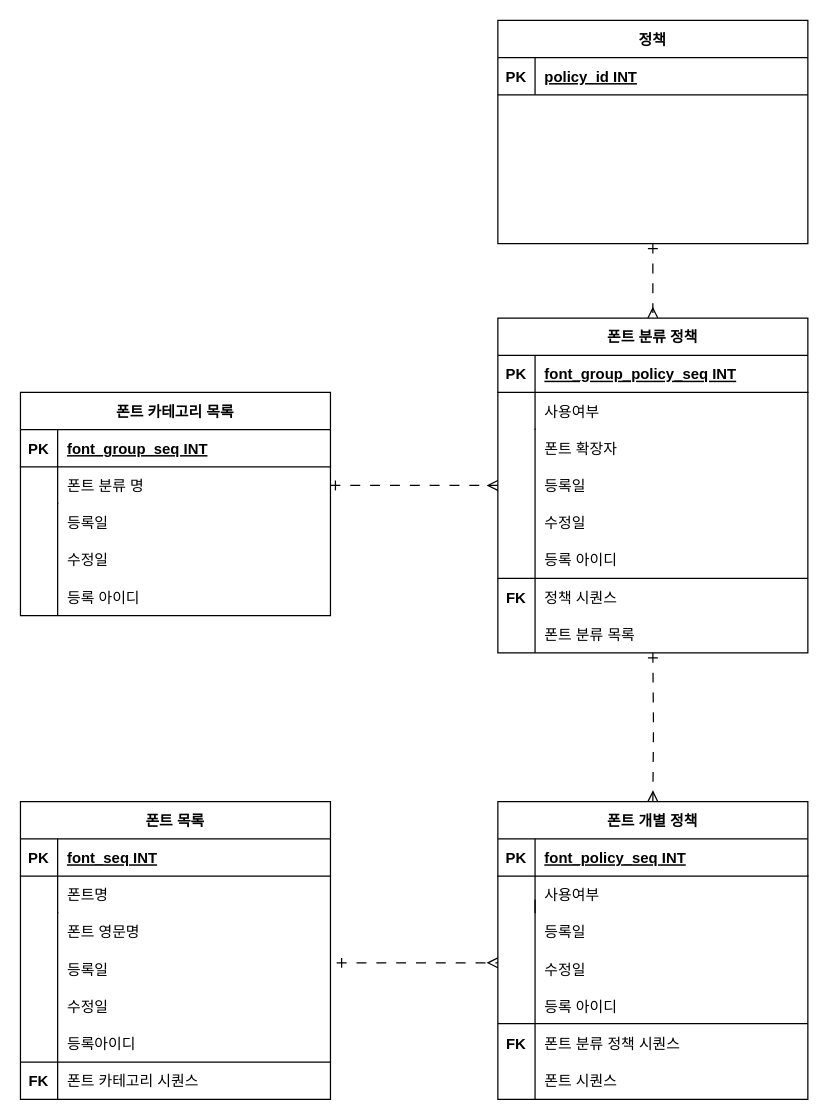
Earlier version of the draw.io diagram 제목 없는 다이어그램.drawio (lkis71/core). Source tidied: cells renumbered, new cells numbered last; positions are measured from the earlier drawing's top-left corner, leaving out a move shared by most shapes. Both pictures are drawn from the tidied source at 124%, with x=0, y=0 at pixel (20, 20).
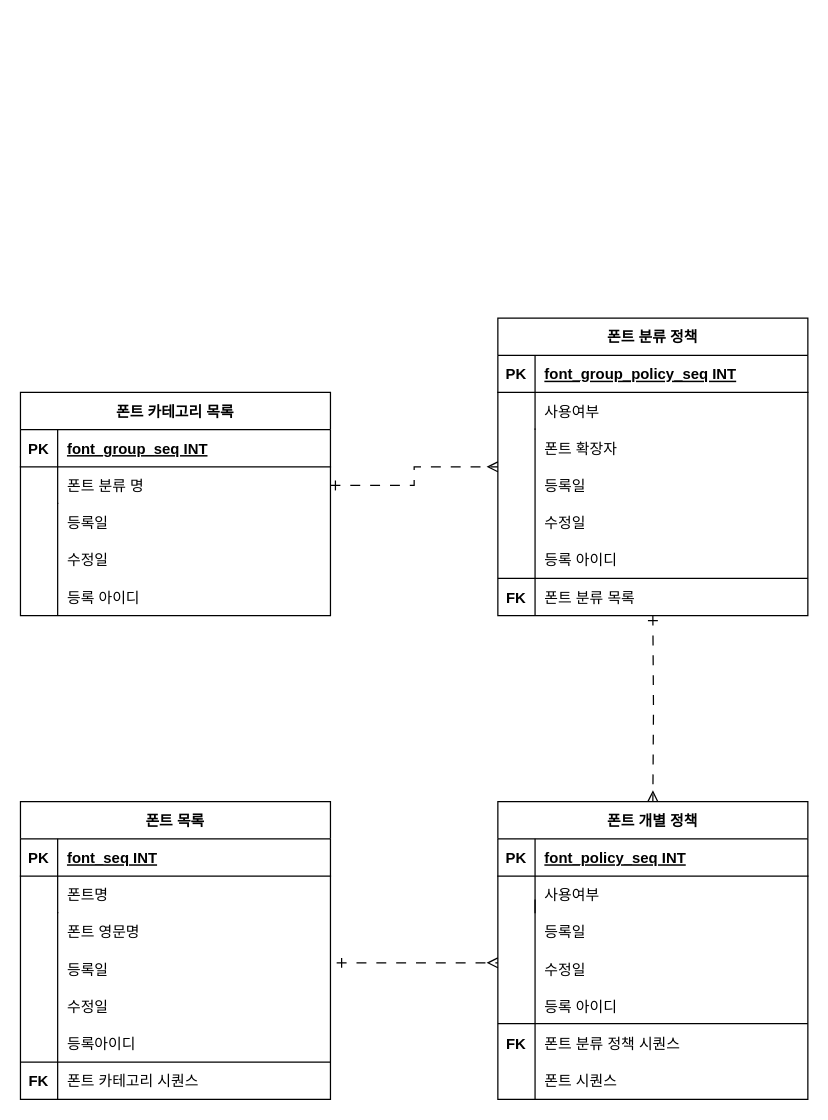
Above is the later version.

Commit message:
제목 없는 다이어그램.drawio 업데이트

The change refers to these unchanged cells:
```xml
<mxCell id="32" value="폰트 개별 정책" style="shape=table;startSize=30;childLayout=tableLayout;rowLines=0;fontStyle=1;align=center;" parent="1" vertex="1">
  <mxGeometry x="385" y="630" width="250" height="240" as="geometry" />
</mxCell>
```

Change to the diagram source:
```diff
@@
     <mxCell id="15" value="폰트 분류 정책" style="shape=table;startSize=30;childLayout=tableLayout;rowLines=0;fontStyle=1;align=center;" parent="1" vertex="1">
-      <mxGeometry x="385" y="240" width="250" height="270" as="geometry" />
+      <mxGeometry x="385" y="240" width="250" height="240" as="geometry" />
     </mxCell>
@@
-    <mxCell id="28" value="정책 시퀀스" style="shape=partialRectangle;overflow=hidden;fillColor=none;top=0;left=0;bottom=0;right=0;align=left;spacingLeft=6;" parent="1" vertex="1">
-      <mxGeometry x="415" y="450" width="220" height="30" as="geometry" />
-    </mxCell>
     <mxCell id="29" style="endArrow=none;html=1;rounded=0;" parent="1" edge="1">
       <mxGeometry relative="1" as="geometry">
-        <mxPoint x="415" y="510" as="sourcePoint" />
+        <mxPoint x="415" y="480" as="sourcePoint" />
         <mxPoint x="415" y="329" as="targetPoint" />
       </mxGeometry>
     </mxCell>
@@
-    <mxCell id="57" style="edgeStyle=orthogonalEdgeStyle;rounded=0;jettySize=auto;html=1;exitX=0.5;exitY=1;exitDx=0;exitDy=0;entryX=0.5;entryY=0;entryDx=0;entryDy=0;dashed=1;dashPattern=8 8;endArrow=ERmany;endFill=0;startArrow=ERone;startFill=0;" parent="1" edge="1" source="58" target="15">
-      <mxGeometry relative="1" as="geometry" />
-    </mxCell>
-    <mxCell id="58" value="정책" style="shape=table;startSize=30;childLayout=tableLayout;rowLines=0;fontStyle=1;align=center;" parent="1" vertex="1">
-      <mxGeometry x="385" width="250" height="180" as="geometry" />
-    </mxCell>
-    <mxCell id="59" style="shape=partialRectangle;fillColor=none;top=0;left=0;right=0;bottom=0;" parent="58" vertex="1">
-      <mxGeometry y="30" width="250" height="30" as="geometry" />
-    </mxCell>
-    <mxCell id="60" style="shape=partialRectangle;overflow=hidden;fillColor=none;top=0;left=0;bottom=0;right=0;" parent="59" vertex="1">
-      <mxGeometry width="30" height="30" as="geometry" />
-    </mxCell>
-    <mxCell id="61" style="shape=partialRectangle;overflow=hidden;fillColor=none;top=0;left=0;bottom=0;right=0;align=left;spacingLeft=6;" parent="59" vertex="1">
-      <mxGeometry x="30" width="220" height="30" as="geometry" />
-    </mxCell>
-    <mxCell id="62" value="policy_id INT" style="shape=partialRectangle;overflow=hidden;fillColor=none;top=0;left=0;bottom=0;right=0;align=left;spacingLeft=6;fontStyle=5;" parent="1" vertex="1">
-      <mxGeometry x="415" y="30" width="220" height="30" as="geometry" />
-    </mxCell>
-    <mxCell id="63" value="PK" style="shape=partialRectangle;overflow=hidden;fillColor=none;top=0;left=0;bottom=0;right=0;fontStyle=1;" parent="1" vertex="1">
-      <mxGeometry x="385" y="30" width="30" height="30" as="geometry" />
-    </mxCell>
-    <mxCell id="64" style="endArrow=none;html=1;rounded=0;" parent="1" edge="1">
-      <mxGeometry relative="1" as="geometry">
-        <mxPoint x="385" y="60" as="sourcePoint" />
-        <mxPoint x="635" y="60" as="targetPoint" />
-      </mxGeometry>
-    </mxCell>
     <mxCell id="65" value="폰트 분류 목록" style="shape=partialRectangle;overflow=hidden;fillColor=none;top=0;left=0;bottom=0;right=0;align=left;spacingLeft=6;" parent="1" vertex="1">
-      <mxGeometry x="415" y="480" width="220" height="30" as="geometry" />
+      <mxGeometry x="415" y="450" width="220" height="30" as="geometry" />
     </mxCell>
@@
     <mxCell id="68" style="edgeStyle=orthogonalEdgeStyle;rounded=0;jettySize=auto;html=1;entryX=0.5;entryY=0;entryDx=0;entryDy=0;dashed=1;dashPattern=8 8;endArrow=ERmany;endFill=0;startArrow=ERone;startFill=0;" parent="1" edge="1" target="32">
       <mxGeometry relative="1" as="geometry">
-        <mxPoint x="510" y="510" as="sourcePoint" />
+        <mxPoint x="510" y="480" as="sourcePoint" />
       </mxGeometry>
     </mxCell>
```
